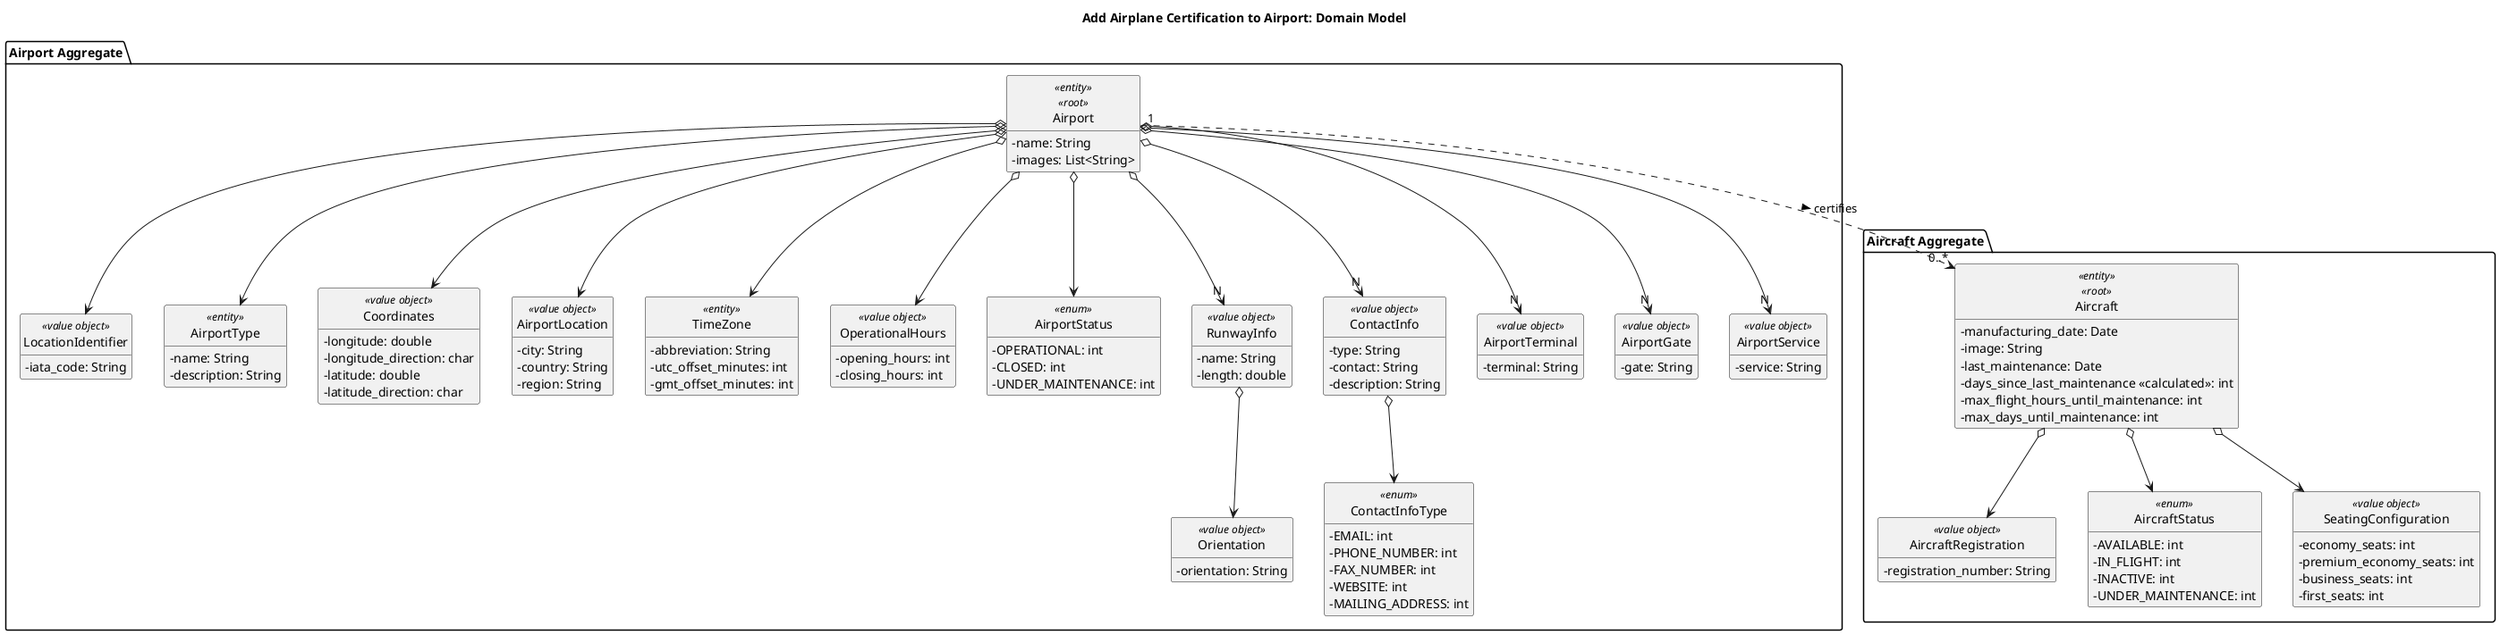
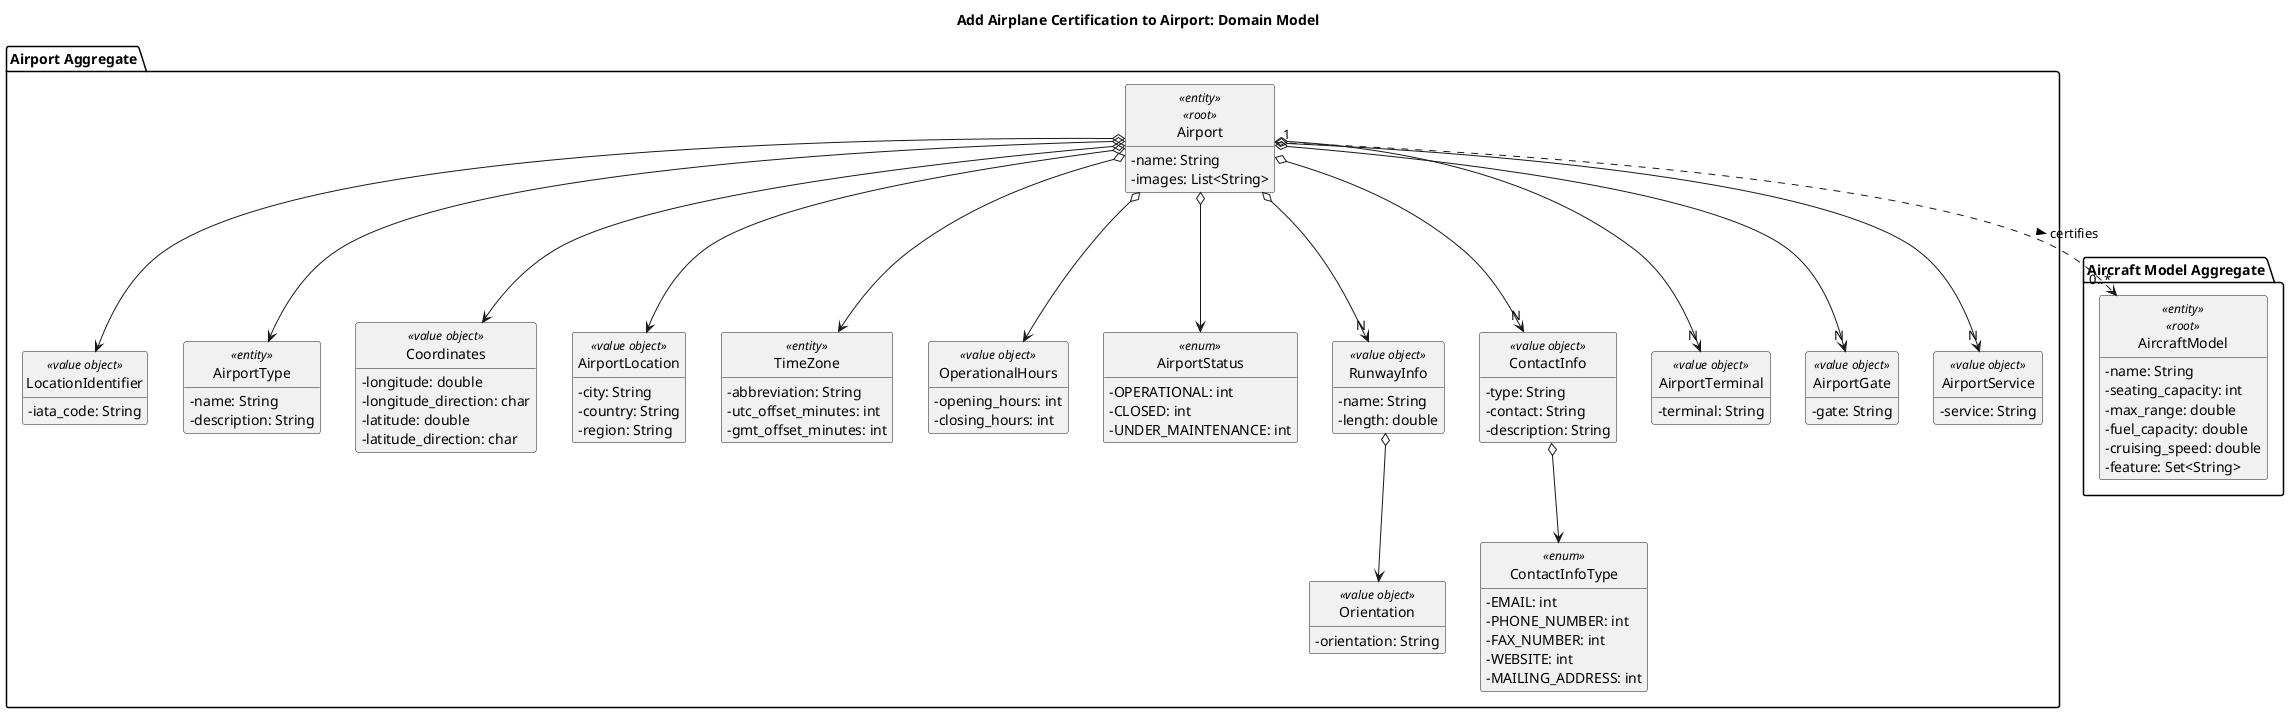
@startuml
'https://plantuml.com/class-diagram
hide circle
skinparam classAttributeIconSize 0
hide methods

title Add Airplane Certification to Airport: Domain Model

package "Airport Aggregate" {
    class Airport <<entity>> <<root>> {
        - name: String
        - images: List<String>
    }
    Airport o--> LocationIdentifier
    Airport o--> AirportType
    Airport o--> Coordinates
    Airport o--> AirportLocation
    Airport o--> TimeZone
    Airport o--> OperationalHours
    Airport o--> AirportStatus
    Airport o--> "N" RunwayInfo
    Airport o--> "N" ContactInfo
    Airport o--> "N" AirportTerminal
    Airport o--> "N" AirportGate
    Airport o--> "N" AirportService

    class AirportLocation <<value object>> {
        - city: String
        - country: String
        - region: String
    }

    class AirportTerminal <<value object>> {
        - terminal: String
    }
    class AirportGate <<value object>> {
        - gate: String
    }
    class AirportService <<value object>> {
        - service: String
    }

    class AirportType <<entity>> {
        - name: String
        - description: String
    }
    class LocationIdentifier <<value object>> {
        - iata_code: String
    }

    class TimeZone <<entity>> {
        - abbreviation: String
        - utc_offset_minutes: int
        - gmt_offset_minutes: int
    }

    class OperationalHours <<value object>> {
        - opening_hours: int
        - closing_hours: int
    }

    class ContactInfo <<value object>> {
        - type: String
        - contact: String
        - description: String
    }
    ContactInfo o--> ContactInfoType
    class ContactInfoType <<enum>> {
        - EMAIL: int
        - PHONE_NUMBER: int
        - FAX_NUMBER: int
        - WEBSITE: int
        - MAILING_ADDRESS: int
    }

    class Coordinates <<value object>> {
        - longitude: double
        - longitude_direction: char
        - latitude: double
        - latitude_direction: char
    }

    class RunwayInfo <<value object>> {
        - name: String
        - length: double
    }
    RunwayInfo o--> Orientation

    class Orientation <<value object>> {
        - orientation: String
    }

    class AirportStatus <<enum>> {
        - OPERATIONAL: int
        - CLOSED: int
        - UNDER_MAINTENANCE: int
    }
}

- package "Aircraft Aggregate" {
-     class Aircraft <<entity>> <<root>> {
-         - manufacturing_date: Date
-         - image: String
-         - last_maintenance: Date
-         - days_since_last_maintenance <<calculated>>: int
-         - max_flight_hours_until_maintenance: int
-         - max_days_until_maintenance: int
-     }
-     Aircraft o--> AircraftRegistration
-     Aircraft o--> AircraftStatus
-     Aircraft o--> SeatingConfiguration
- 
-     class AircraftRegistration <<value object>> {
-         - registration_number: String
-     }
-     class AircraftStatus <<enum>> {
-         - AVAILABLE: int
-         - IN_FLIGHT: int
-         - INACTIVE: int
-         - UNDER_MAINTENANCE: int
+ package "Aircraft Model Aggregate" {
+     class AircraftModel <<entity>> <<root>> {
+         - name: String
+         - seating_capacity: int
+         - max_range: double
+         - fuel_capacity: double
+         - cruising_speed: double
+         - feature: Set<String>
    }

-     class SeatingConfiguration <<value object>> {
-         - economy_seats: int
-         - premium_economy_seats: int
-         - business_seats: int
-         - first_seats: int
-     }
}

- Airport "1" ..> "0..*" Aircraft : certifies >
+ Airport "1" ..> "0..*" AircraftModel : certifies >

@enduml